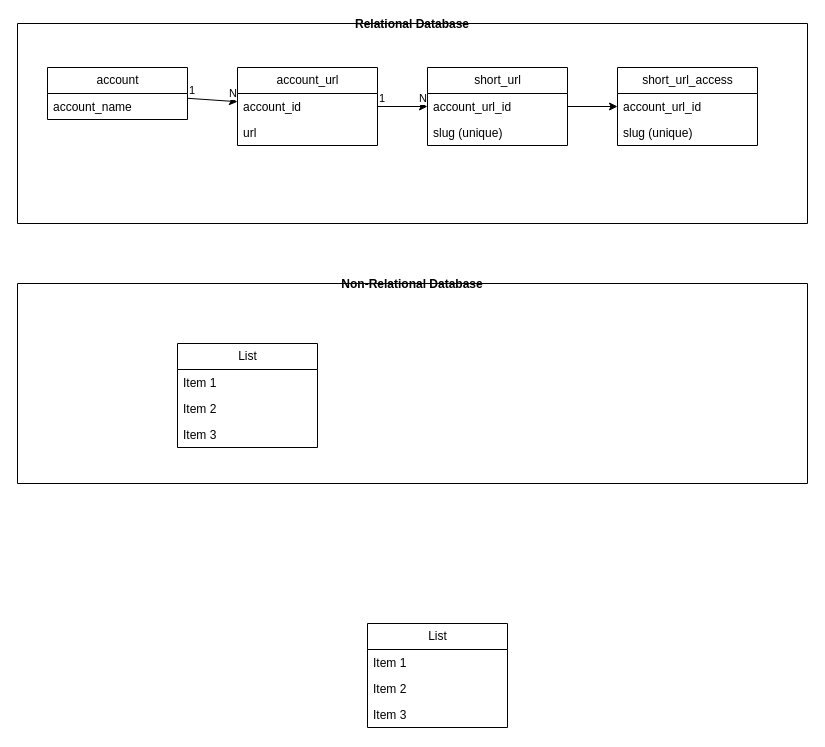
The draw.io diagram _docs/er_design.dio in leonardoramosantos/url_shortener, before the edit. Source tidied: cells renumbered, new cells numbered last; positions are measured from the earlier drawing's top-left corner, leaving out a move shared by most shapes. Both pictures are drawn from the tidied source at 100%, with x=0, y=0 at pixel (17, 23).
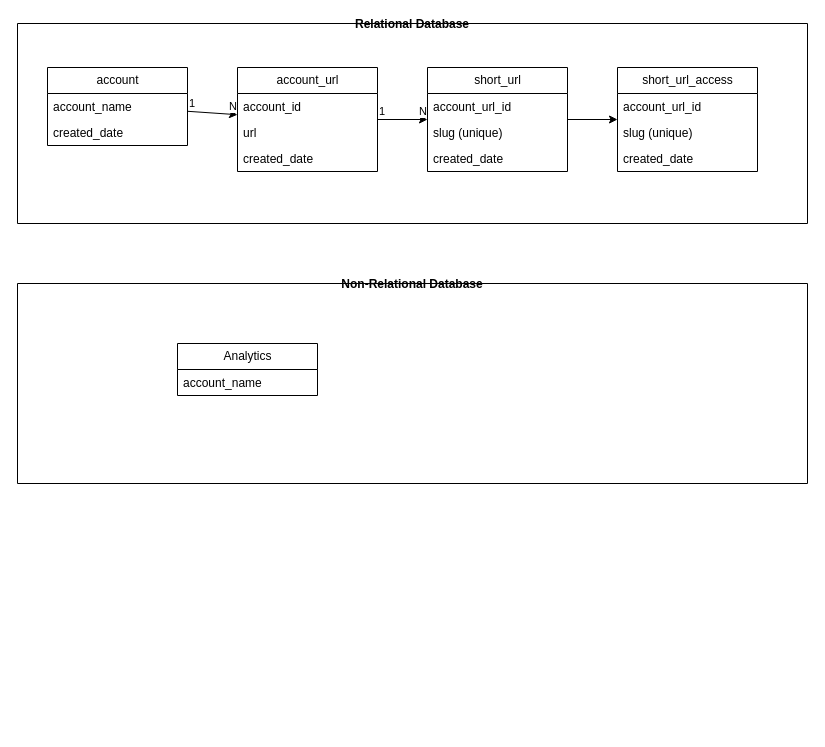
The same page after the edit.

Commit message (it also covers changes not shown here):
Work in the design phase

Unchanged cells that the change refers to:
```xml
<mxCell id="2" value="Relational Database" style="swimlane;startSize=0;" parent="1" vertex="1">
  <mxGeometry width="790" height="200" as="geometry" />
</mxCell>
<mxCell id="21" value="Non-Relational Database" style="swimlane;startSize=0;" parent="1" vertex="1">
  <mxGeometry y="260" width="790" height="200" as="geometry" />
</mxCell>
```

What changed in the source:
```diff
@@
     <mxCell id="3" value="account_url" style="swimlane;fontStyle=0;horizontal=1;startSize=26;fillColor=none;html=1;" parent="2" vertex="1">
-      <mxGeometry x="220" y="44" width="140" height="78" as="geometry" />
+      <mxGeometry x="220" y="44" width="140" height="104" as="geometry" />
     </mxCell>
@@
+    <mxCell id="30" value="created_date" style="text;strokeColor=none;fillColor=none;align=left;verticalAlign=top;spacingLeft=4;spacingRight=4;overflow=hidden;whiteSpace=wrap;html=1;" parent="3" vertex="1">
+      <mxGeometry y="78" width="140" height="26" as="geometry" />
+    </mxCell>
@@
     <mxCell id="7" value="short_url" style="swimlane;fontStyle=0;horizontal=1;startSize=26;fillColor=none;html=1;" parent="2" vertex="1">
-      <mxGeometry x="410" y="44" width="140" height="78" as="geometry" />
+      <mxGeometry x="410" y="44" width="140" height="104" as="geometry" />
     </mxCell>
@@
+    <mxCell id="31" value="created_date" style="text;strokeColor=none;fillColor=none;align=left;verticalAlign=top;spacingLeft=4;spacingRight=4;overflow=hidden;whiteSpace=wrap;html=1;" parent="7" vertex="1">
+      <mxGeometry y="78" width="140" height="26" as="geometry" />
+    </mxCell>
@@
     <mxCell id="13" value="account" style="swimlane;fontStyle=0;horizontal=1;startSize=26;fillColor=none;html=1;" parent="2" vertex="1">
-      <mxGeometry x="30" y="44" width="140" height="52" as="geometry" />
+      <mxGeometry x="30" y="44" width="140" height="78" as="geometry" />
     </mxCell>
@@
+    <mxCell id="32" value="created_date" style="text;strokeColor=none;fillColor=none;align=left;verticalAlign=top;spacingLeft=4;spacingRight=4;overflow=hidden;whiteSpace=wrap;html=1;" parent="13" vertex="1">
+      <mxGeometry y="52" width="140" height="26" as="geometry" />
+    </mxCell>
@@
     <mxCell id="18" value="short_url_access" style="swimlane;fontStyle=0;horizontal=1;startSize=26;fillColor=none;html=1;" parent="2" vertex="1">
-      <mxGeometry x="600" y="44" width="140" height="78" as="geometry" />
+      <mxGeometry x="600" y="44" width="140" height="104" as="geometry" />
     </mxCell>
@@
+    <mxCell id="33" value="created_date" style="text;strokeColor=none;fillColor=none;align=left;verticalAlign=top;spacingLeft=4;spacingRight=4;overflow=hidden;whiteSpace=wrap;html=1;" parent="18" vertex="1">
+      <mxGeometry y="78" width="140" height="26" as="geometry" />
+    </mxCell>
@@
-    <mxCell id="22" value="List" style="swimlane;fontStyle=0;horizontal=1;startSize=26;fillColor=none;html=1;" parent="21" vertex="1">
-      <mxGeometry x="160" y="60" width="140" height="104" as="geometry" />
+    <mxCell id="22" value="Analytics" style="swimlane;fontStyle=0;horizontal=1;startSize=26;fillColor=none;html=1;" parent="21" vertex="1">
+      <mxGeometry x="160" y="60" width="140" height="52" as="geometry" />
     </mxCell>
-    <mxCell id="23" value="Item 1" style="text;strokeColor=none;fillColor=none;align=left;verticalAlign=top;spacingLeft=4;spacingRight=4;overflow=hidden;whiteSpace=wrap;html=1;" parent="22" vertex="1">
+    <mxCell id="23" value="account_name" style="text;strokeColor=none;fillColor=none;align=left;verticalAlign=top;spacingLeft=4;spacingRight=4;overflow=hidden;whiteSpace=wrap;html=1;" parent="22" vertex="1">
       <mxGeometry y="26" width="140" height="26" as="geometry" />
     </mxCell>
-    <mxCell id="24" value="Item 2" style="text;strokeColor=none;fillColor=none;align=left;verticalAlign=top;spacingLeft=4;spacingRight=4;overflow=hidden;whiteSpace=wrap;html=1;" parent="22" vertex="1">
-      <mxGeometry y="52" width="140" height="26" as="geometry" />
-    </mxCell>
-    <mxCell id="25" value="Item 3" style="text;strokeColor=none;fillColor=none;align=left;verticalAlign=top;spacingLeft=4;spacingRight=4;overflow=hidden;whiteSpace=wrap;html=1;" parent="22" vertex="1">
-      <mxGeometry y="78" width="140" height="26" as="geometry" />
-    </mxCell>
-    <mxCell id="26" value="List" style="swimlane;fontStyle=0;horizontal=1;startSize=26;fillColor=none;html=1;" parent="1" vertex="1">
-      <mxGeometry x="350" y="600" width="140" height="104" as="geometry" />
-    </mxCell>
-    <mxCell id="27" value="Item 1" style="text;strokeColor=none;fillColor=none;align=left;verticalAlign=top;spacingLeft=4;spacingRight=4;overflow=hidden;whiteSpace=wrap;html=1;" parent="26" vertex="1">
-      <mxGeometry y="26" width="140" height="26" as="geometry" />
-    </mxCell>
-    <mxCell id="28" value="Item 2" style="text;strokeColor=none;fillColor=none;align=left;verticalAlign=top;spacingLeft=4;spacingRight=4;overflow=hidden;whiteSpace=wrap;html=1;" parent="26" vertex="1">
-      <mxGeometry y="52" width="140" height="26" as="geometry" />
-    </mxCell>
-    <mxCell id="29" value="Item 3" style="text;strokeColor=none;fillColor=none;align=left;verticalAlign=top;spacingLeft=4;spacingRight=4;overflow=hidden;whiteSpace=wrap;html=1;" parent="26" vertex="1">
-      <mxGeometry y="78" width="140" height="26" as="geometry" />
-    </mxCell>
```
